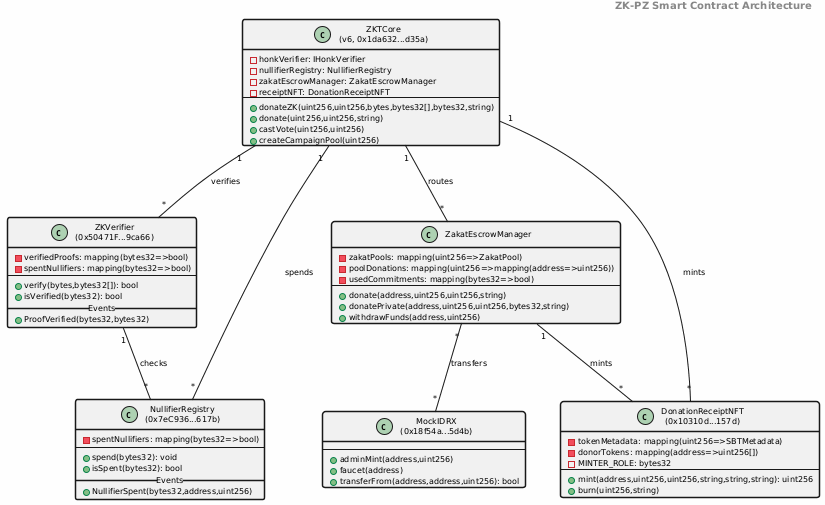
This is class_diagram.png from tawf-labs/zkt-research, a PlantUML export, as it was before one commit.
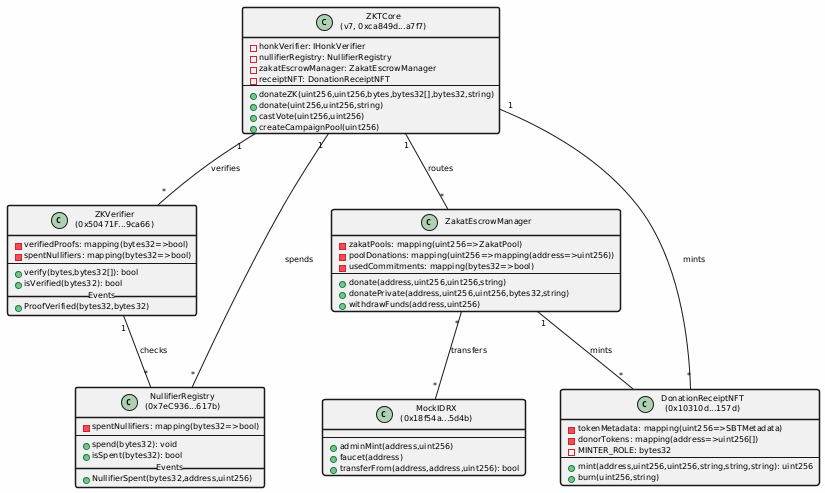
Above is the later version.

Diff of the diagram source:
```diff
@@ -5,9 +5,8 @@
 skinparam defaultFontSize 8
 skinparam classBorderThickness 1.5
 
-header <b>ZK-PZ Smart Contract Architecture</b>
 
-class "ZKTCore\n(v6, 0x1da632...d35a)" as ZKTCore {
+class "ZKTCore\n(v7, 0xca849d...a7f7)" as ZKTCore {
   - honkVerifier: IHonkVerifier
   - nullifierRegistry: NullifierRegistry
   - zakatEscrowManager: ZakatEscrowManager
```
